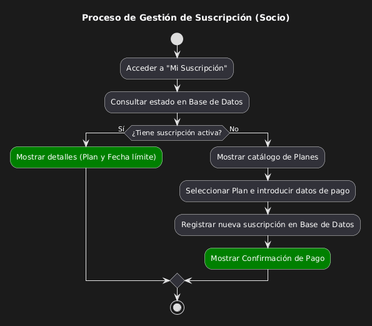
Before: docs/diagramasUML/DiagramaActividades/Actividad_Gestion_Suscripcion.png, a diagram exported from PlantUML (FerminGarridoMartinDAM/ProyectoInterModular1DAMAppGimnasio). Its diagram source:
```plantuml
@startuml
title Proceso de Gestión de Suscripción (Socio)

start

:Acceder a "Mi Suscripción";
:Consultar estado en Base de Datos;

if (¿Tiene suscripción activa?) then (Sí)
  :Mostrar detalles (Plan y Fecha límite); <<#green>>
else (No)
  :Mostrar catálogo de Planes;
  :Seleccionar Plan e introducir datos de pago;
  :Registrar nueva suscripción en Base de Datos;
  :Mostrar Confirmación de Pago; <<#green>>
endif

stop
@enduml
```
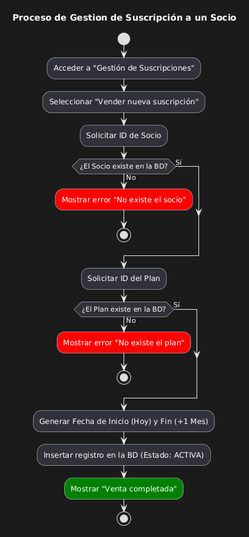
After the commit.

Diff of the diagram source:
```diff
@@ -1,19 +1,28 @@
 @startuml
-title Proceso de Gestión de Suscripción (Socio)
+title Proceso de Gestion de Suscripción a un Socio
 
 start
 
-:Acceder a "Mi Suscripción";
-:Consultar estado en Base de Datos;
+:Acceder a "Gestión de Suscripciones";
+:Seleccionar "Vender nueva suscripción";
 
-if (¿Tiene suscripción activa?) then (Sí)
-  :Mostrar detalles (Plan y Fecha límite); <<#green>>
-else (No)
-  :Mostrar catálogo de Planes;
-  :Seleccionar Plan e introducir datos de pago;
-  :Registrar nueva suscripción en Base de Datos;
-  :Mostrar Confirmación de Pago; <<#green>>
+:Solicitar ID de Socio;
+if (¿El Socio existe en la BD?) then (No)
+  :Mostrar error "No existe el socio"; <<#red>>
+  stop
+else (Sí)
 endif
+
+:Solicitar ID del Plan;
+if (¿El Plan existe en la BD?) then (No)
+  :Mostrar error "No existe el plan"; <<#red>>
+  stop
+else (Sí)
+endif
+
+:Generar Fecha de Inicio (Hoy) y Fin (+1 Mes);
+:Insertar registro en la BD (Estado: ACTIVA);
+:Mostrar "Venta completada"; <<#green>>
 
 stop
 @enduml
```
